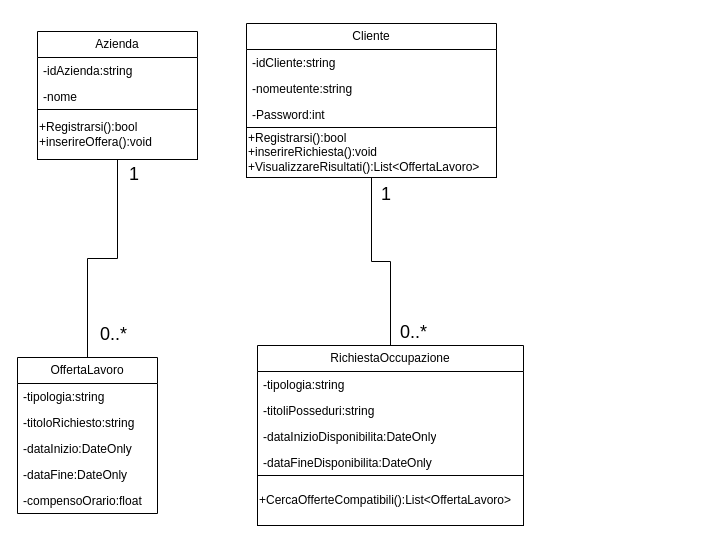
RafidISL/DiagrammiUML keeps this draw.io diagram as DiagrammadiClasse.drawio. Above is the earlier version. Source tidied: cells renumbered, new cells numbered last; positions are measured from the earlier drawing's top-left corner, leaving out a move shared by most shapes. Both pictures are drawn from the tidied source at 100%, with x=0, y=0 at pixel (17, 23).
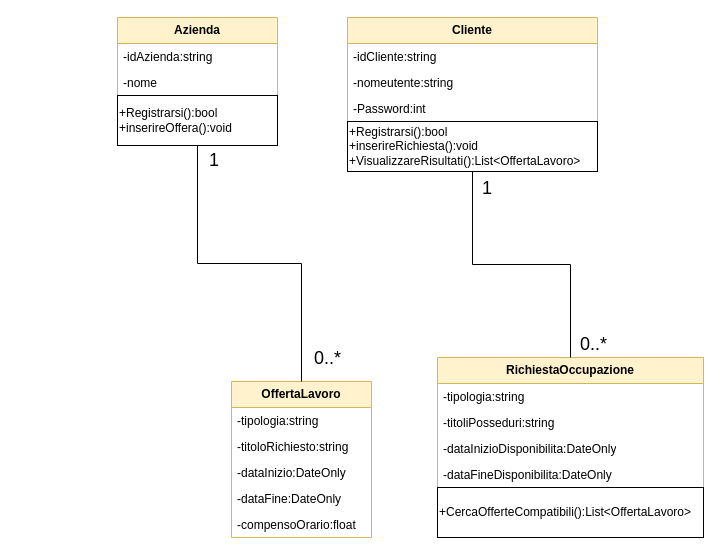
After the change.

What changed in the source:
```diff
@@
     <mxCell id="2" style="group;" parent="1" vertex="1">
-      <mxGeometry x="229" width="250" height="154" as="geometry" />
+      <mxGeometry x="330" y="-6" width="250" height="154" as="geometry" />
     </mxCell>
-    <mxCell id="3" value="Cliente" style="swimlane;fontStyle=0;horizontal=1;startSize=26;fillColor=none;whiteSpace=wrap;html=1;" parent="2" vertex="1">
+    <mxCell id="3" value="&lt;b&gt;Cliente&lt;/b&gt;" style="swimlane;fontStyle=0;horizontal=1;startSize=26;fillColor=#fff2cc;whiteSpace=wrap;html=1;strokeColor=#d6b656;" parent="2" vertex="1">
       <mxGeometry width="250" height="104" as="geometry" />
     </mxCell>
@@
-    <mxCell id="8" value="OffertaLavoro" style="swimlane;fontStyle=0;horizontal=1;startSize=26;fillColor=none;whiteSpace=wrap;html=1;" parent="1" vertex="1">
-      <mxGeometry y="334" width="140" height="156" as="geometry" />
+    <mxCell id="8" value="&lt;b&gt;OffertaLavoro&lt;/b&gt;" style="swimlane;fontStyle=0;horizontal=1;startSize=26;fillColor=#fff2cc;whiteSpace=wrap;html=1;strokeColor=#d6b656;" parent="1" vertex="1">
+      <mxGeometry x="214" y="358" width="140" height="156" as="geometry" />
     </mxCell>
@@
     <mxCell id="14" style="group;" parent="1" vertex="1">
-      <mxGeometry x="20" y="8" width="160" height="128" as="geometry" />
+      <mxGeometry x="100" y="-6" width="160" height="128" as="geometry" />
     </mxCell>
-    <mxCell id="15" value="Azienda" style="swimlane;fontStyle=0;horizontal=1;startSize=26;fillColor=none;whiteSpace=wrap;html=1;" parent="14" vertex="1">
+    <mxCell id="15" value="&lt;b&gt;Azienda&lt;/b&gt;" style="swimlane;fontStyle=0;horizontal=1;startSize=26;fillColor=#fff2cc;whiteSpace=wrap;html=1;strokeColor=#d6b656;" parent="14" vertex="1">
       <mxGeometry width="160" height="78" as="geometry" />
     </mxCell>
@@
     <mxCell id="19" style="group;" parent="1" vertex="1">
-      <mxGeometry x="240" y="322" width="266" height="180" as="geometry" />
+      <mxGeometry x="420" y="334" width="266" height="180" as="geometry" />
     </mxCell>
-    <mxCell id="20" value="RichiestaOccupazione" style="swimlane;fontStyle=0;horizontal=1;startSize=26;fillColor=none;whiteSpace=wrap;html=1;" parent="19" vertex="1">
+    <mxCell id="20" value="&lt;b&gt;RichiestaOccupazione&lt;/b&gt;" style="swimlane;fontStyle=0;horizontal=1;startSize=26;fillColor=#fff2cc;whiteSpace=wrap;html=1;strokeColor=#d6b656;" parent="19" vertex="1">
       <mxGeometry width="266" height="130" as="geometry" />
     </mxCell>
```
